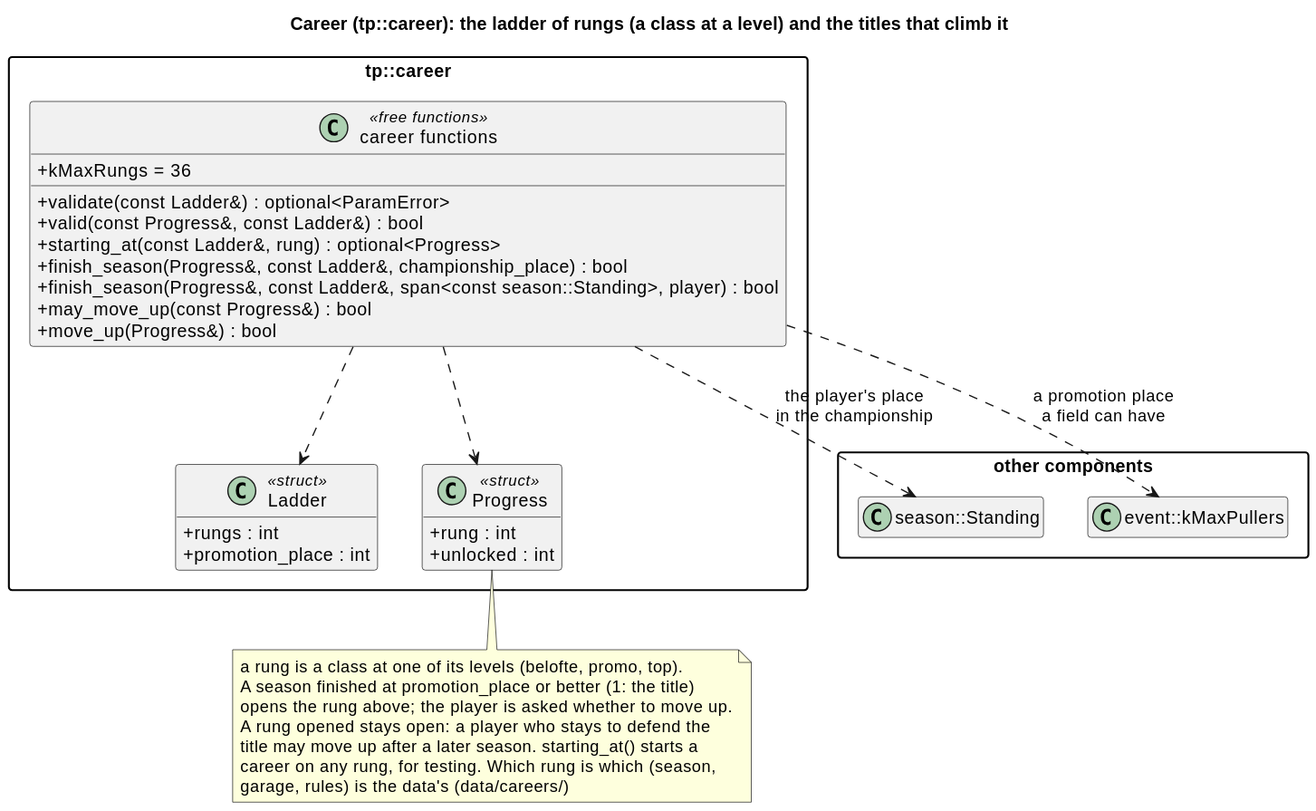
wversteeg/TractorPulling keeps this PlantUML diagram as docs/diagrams/svg/career_classes.svg. Above is the earlier version.
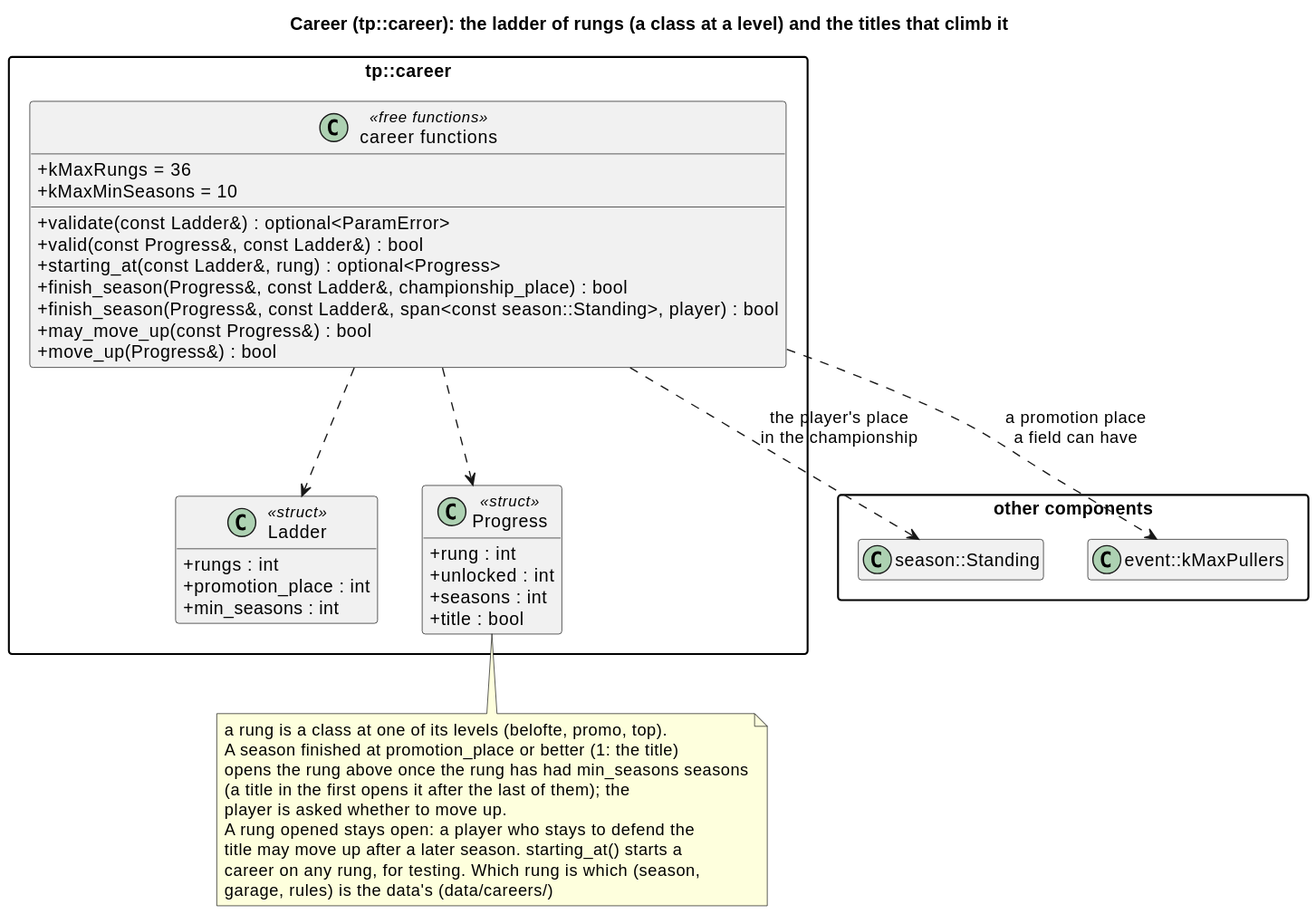
Later version of the same file.

Change to the diagram source:
```diff
@@ -13,13 +13,17 @@
   class Ladder <<struct>> {
     +rungs : int
     +promotion_place : int
+    +min_seasons : int
   }
   class Progress <<struct>> {
     +rung : int
     +unlocked : int
+    +seasons : int
+    +title : bool
   }
   class "career functions" as CareerFns <<free functions>> {
     +kMaxRungs = 36
+    +kMaxMinSeasons = 10
     +validate(const Ladder&) : optional<ParamError>
     +valid(const Progress&, const Ladder&) : bool
     +starting_at(const Ladder&, rung) : optional<Progress>
@@ -36,7 +40,9 @@
 note bottom of Progress
   a rung is a class at one of its levels (belofte, promo, top).
   A season finished at promotion_place or better (1: the title)
-  opens the rung above; the player is asked whether to move up.
+  opens the rung above once the rung has had min_seasons seasons
+  (a title in the first opens it after the last of them); the
+  player is asked whether to move up.
   A rung opened stays open: a player who stays to defend the
   title may move up after a later season. starting_at() starts a
   career on any rung, for testing. Which rung is which (season,
```
